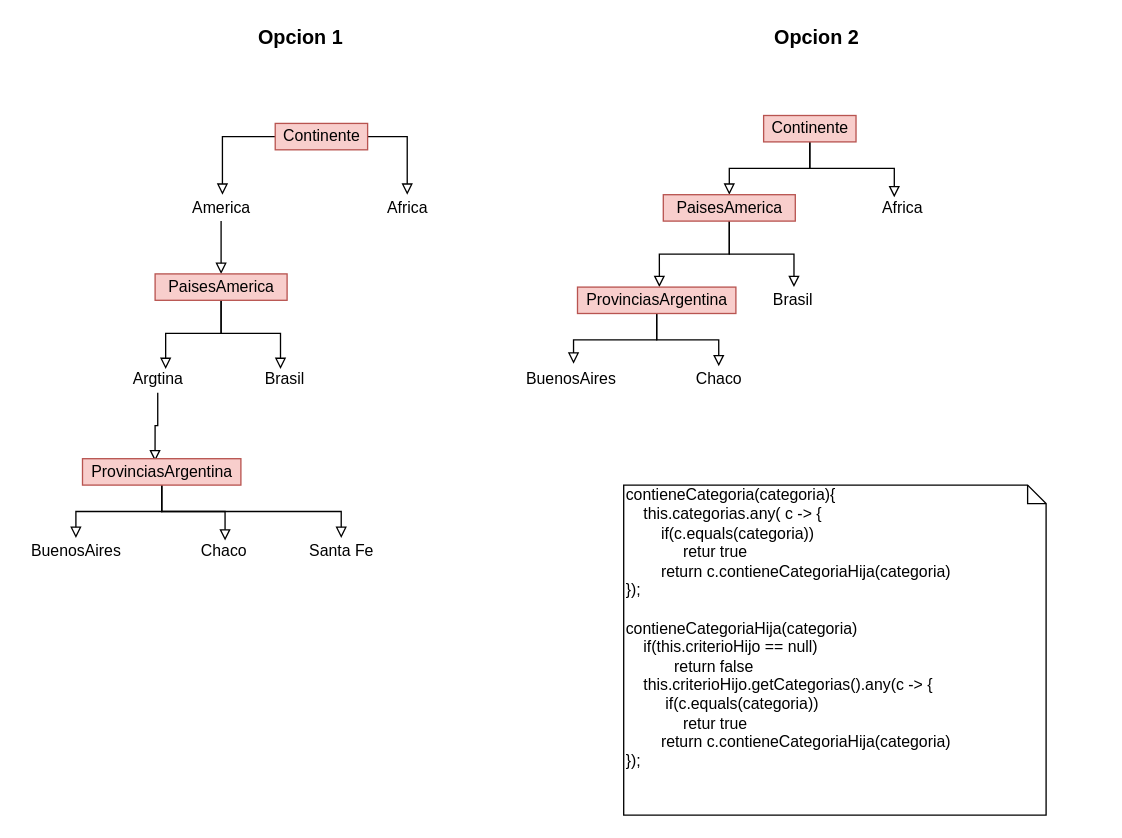
Above: page "Arbol Criterio Categorias" (2 of 2) of doc/Diagrama_de_Clases.drawio in caromuscari/DDS2020-Aprobado (draw.io), before the change. Source tidied: cells renumbered, new cells numbered last; positions are measured from the earlier drawing's top-left corner, leaving out a move shared by most shapes. Both pictures are drawn from the tidied source at 132%, with x=0, y=0 at pixel (22, 22).
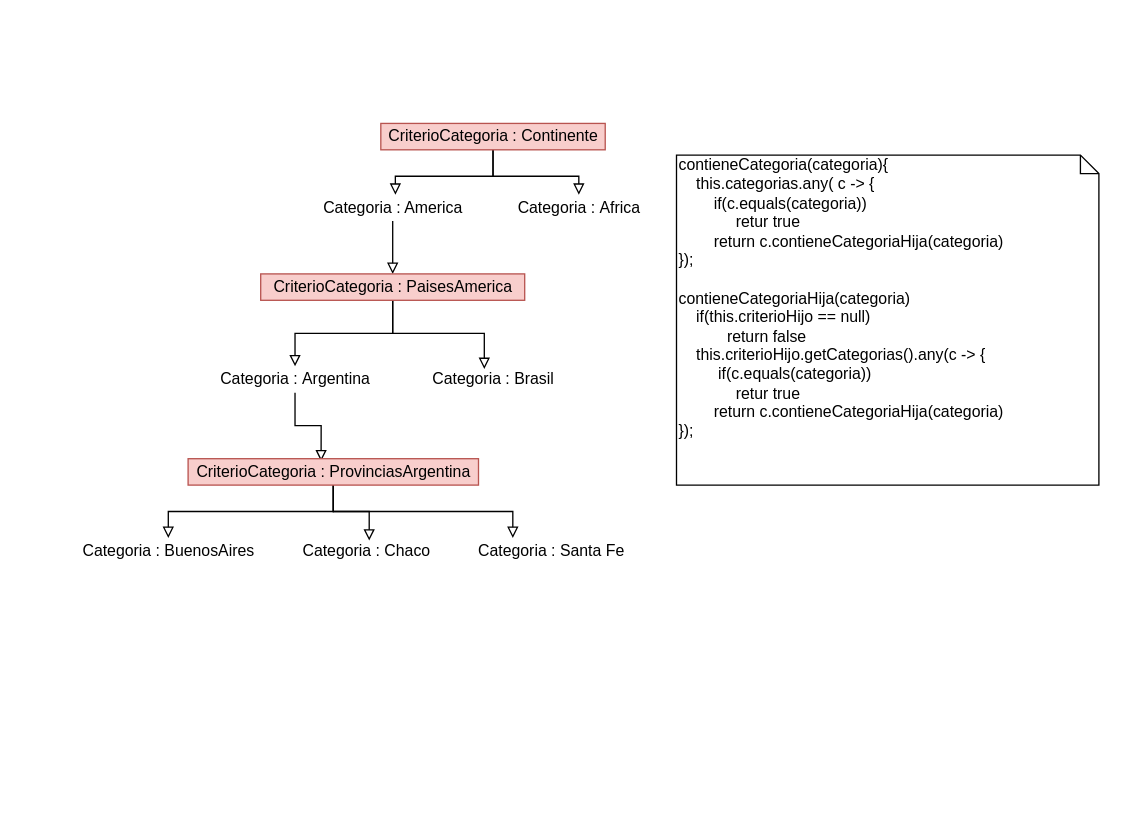
Above is the later version.

Change to the diagram source:
```diff
@@
-    <mxCell id="4" value="Continente" style="text;html=1;align=center;verticalAlign=middle;points=[];fillColor=#f8cecc;strokeColor=#b85450;" parent="1" vertex="1">
-      <mxGeometry x="191" y="76" width="70" height="20" as="geometry" />
+    <mxCell id="4" value="CriterioCategoria : Continente" style="text;html=1;align=center;verticalAlign=middle;points=[];fillColor=#f8cecc;strokeColor=#b85450;" parent="1" vertex="1">
+      <mxGeometry x="271" y="76" width="170" height="20" as="geometry" />
     </mxCell>
     <mxCell id="5" style="edgeStyle=orthogonalEdgeStyle;rounded=0;jettySize=auto;html=1;endArrow=block;endFill=0;fontSize=15;" parent="1" edge="1" source="6">
       <mxGeometry relative="1" as="geometry">
-        <mxPoint x="150" y="190" as="targetPoint" />
+        <mxPoint x="280" y="190" as="targetPoint" />
       </mxGeometry>
     </mxCell>
-    <mxCell id="6" value="America" style="text;html=1;align=center;verticalAlign=middle;points=[];" parent="1" vertex="1">
-      <mxGeometry x="120" y="130" width="60" height="20" as="geometry" />
+    <mxCell id="6" value="Categoria : America" style="text;html=1;align=center;verticalAlign=middle;points=[];" parent="1" vertex="1">
+      <mxGeometry x="220" y="130" width="120" height="20" as="geometry" />
     </mxCell>
-    <mxCell id="7" value="Africa" style="text;html=1;align=center;verticalAlign=middle;points=[];" parent="1" vertex="1">
-      <mxGeometry x="266" y="130" width="50" height="20" as="geometry" />
+    <mxCell id="7" value="Categoria :&amp;nbsp;Africa" style="text;html=1;align=center;verticalAlign=middle;points=[];" parent="1" vertex="1">
+      <mxGeometry x="366" y="130" width="110" height="20" as="geometry" />
     </mxCell>
-    <mxCell id="8" style="edgeStyle=orthogonalEdgeStyle;rounded=0;jettySize=auto;html=1;entryX=0.62;entryY=0.1;entryDx=0;entryDy=0;entryPerimeter=0;endArrow=block;endFill=0;fontSize=15;" parent="1" edge="1" source="10" target="12">
+    <mxCell id="8" style="edgeStyle=orthogonalEdgeStyle;rounded=0;jettySize=auto;html=1;endArrow=block;endFill=0;fontSize=15;" parent="1" edge="1" source="10" target="12">
       <mxGeometry relative="1" as="geometry" />
     </mxCell>
@@
-    <mxCell id="10" value="PaisesAmerica" style="text;html=1;align=center;verticalAlign=middle;points=[];fillColor=#f8cecc;strokeColor=#b85450;" parent="1" vertex="1">
-      <mxGeometry x="100" y="190" width="100" height="20" as="geometry" />
+    <mxCell id="10" value="CriterioCategoria :&amp;nbsp;PaisesAmerica" style="text;html=1;align=center;verticalAlign=middle;points=[];fillColor=#f8cecc;strokeColor=#b85450;" parent="1" vertex="1">
+      <mxGeometry x="180" y="190" width="200" height="20" as="geometry" />
     </mxCell>
@@
-    <mxCell id="12" value="Argtina" style="text;html=1;align=center;verticalAlign=middle;points=[];" parent="1" vertex="1">
-      <mxGeometry x="77" y="260" width="50" height="20" as="geometry" />
+    <mxCell id="12" value="Categoria :&amp;nbsp;Argentina" style="text;html=1;align=center;verticalAlign=middle;points=[];" parent="1" vertex="1">
+      <mxGeometry x="141" y="260" width="130" height="20" as="geometry" />
     </mxCell>
-    <mxCell id="13" value="Brasil" style="text;html=1;align=center;verticalAlign=middle;points=[];" parent="1" vertex="1">
-      <mxGeometry x="173" y="260" width="50" height="20" as="geometry" />
+    <mxCell id="13" value="Categoria :&amp;nbsp;Brasil" style="text;html=1;align=center;verticalAlign=middle;points=[];" parent="1" vertex="1">
+      <mxGeometry x="301" y="260" width="110" height="20" as="geometry" />
     </mxCell>
@@
     <mxCell id="16" style="edgeStyle=orthogonalEdgeStyle;rounded=0;jettySize=auto;html=1;endArrow=block;endFill=0;fontSize=15;" parent="1" edge="1" source="17" target="36">
       <mxGeometry relative="1" as="geometry">
         <Array as="points">
-          <mxPoint x="105" y="370" />
-          <mxPoint x="241" y="370" />
+          <mxPoint x="235" y="370" />
+          <mxPoint x="371" y="370" />
         </Array>
       </mxGeometry>
     </mxCell>
-    <mxCell id="17" value="ProvinciasArgentina" style="text;html=1;align=center;verticalAlign=middle;points=[];fillColor=#f8cecc;strokeColor=#b85450;" parent="1" vertex="1">
-      <mxGeometry x="45" y="330" width="120" height="20" as="geometry" />
+    <mxCell id="17" value="CriterioCategoria :&amp;nbsp;ProvinciasArgentina" style="text;html=1;align=center;verticalAlign=middle;points=[];fillColor=#f8cecc;strokeColor=#b85450;" parent="1" vertex="1">
+      <mxGeometry x="125" y="330" width="220" height="20" as="geometry" />
     </mxCell>
-    <mxCell id="18" value="BuenosAires" style="text;html=1;align=center;verticalAlign=middle;points=[];" parent="1" vertex="1">
-      <mxGeometry y="390" width="80" height="20" as="geometry" />
+    <mxCell id="18" value="Categoria :&amp;nbsp;BuenosAires" style="text;html=1;align=center;verticalAlign=middle;points=[];" parent="1" vertex="1">
+      <mxGeometry x="35" y="390" width="150" height="20" as="geometry" />
     </mxCell>
-    <mxCell id="19" value="Chaco" style="text;html=1;align=center;verticalAlign=middle;points=[];" parent="1" vertex="1">
-      <mxGeometry x="127" y="390" width="50" height="20" as="geometry" />
+    <mxCell id="19" value="Categoria :&amp;nbsp;Chaco" style="text;html=1;align=center;verticalAlign=middle;points=[];" parent="1" vertex="1">
+      <mxGeometry x="205" y="390" width="110" height="20" as="geometry" />
     </mxCell>
-    <mxCell id="20" style="edgeStyle=orthogonalEdgeStyle;rounded=0;jettySize=auto;html=1;endArrow=block;endFill=0;fontSize=15;" parent="1" edge="1" source="22" target="26">
-      <mxGeometry relative="1" as="geometry" />
-    </mxCell>
-    <mxCell id="21" style="edgeStyle=orthogonalEdgeStyle;rounded=0;jettySize=auto;html=1;entryX=0.38;entryY=0.1;entryDx=0;entryDy=0;entryPerimeter=0;endArrow=block;endFill=0;fontSize=15;" parent="1" edge="1" source="22" target="23">
-      <mxGeometry relative="1" as="geometry">
-        <Array as="points">
-          <mxPoint x="596" y="110" />
-          <mxPoint x="660" y="110" />
-        </Array>
-      </mxGeometry>
-    </mxCell>
-    <mxCell id="22" value="Continente" style="text;html=1;align=center;verticalAlign=middle;points=[];fillColor=#f8cecc;strokeColor=#b85450;" parent="1" vertex="1">
-      <mxGeometry x="561" y="70" width="70" height="20" as="geometry" />
-    </mxCell>
-    <mxCell id="23" value="Africa" style="text;html=1;align=center;verticalAlign=middle;points=[];" parent="1" vertex="1">
-      <mxGeometry x="641" y="130" width="50" height="20" as="geometry" />
-    </mxCell>
-    <mxCell id="24" style="edgeStyle=orthogonalEdgeStyle;rounded=0;jettySize=auto;html=1;entryX=0.517;entryY=0;entryDx=0;entryDy=0;entryPerimeter=0;endArrow=block;endFill=0;fontSize=15;" parent="1" edge="1" source="26" target="30">
-      <mxGeometry relative="1" as="geometry" />
-    </mxCell>
-    <mxCell id="25" style="edgeStyle=orthogonalEdgeStyle;rounded=0;jettySize=auto;html=1;entryX=0.52;entryY=0;entryDx=0;entryDy=0;entryPerimeter=0;endArrow=block;endFill=0;fontSize=15;" parent="1" edge="1" source="26" target="27">
-      <mxGeometry relative="1" as="geometry" />
-    </mxCell>
-    <mxCell id="26" value="PaisesAmerica" style="text;html=1;align=center;verticalAlign=middle;points=[];fillColor=#f8cecc;strokeColor=#b85450;" parent="1" vertex="1">
-      <mxGeometry x="485" y="130" width="100" height="20" as="geometry" />
-    </mxCell>
-    <mxCell id="27" value="Brasil" style="text;html=1;align=center;verticalAlign=middle;points=[];" parent="1" vertex="1">
-      <mxGeometry x="558" y="200" width="50" height="20" as="geometry" />
-    </mxCell>
-    <mxCell id="28" style="edgeStyle=orthogonalEdgeStyle;rounded=0;jettySize=auto;html=1;entryX=0.525;entryY=-0.1;entryDx=0;entryDy=0;entryPerimeter=0;endArrow=block;endFill=0;fontSize=15;" parent="1" edge="1" source="30" target="31">
-      <mxGeometry relative="1" as="geometry" />
-    </mxCell>
-    <mxCell id="29" style="edgeStyle=orthogonalEdgeStyle;rounded=0;jettySize=auto;html=1;endArrow=block;endFill=0;fontSize=15;" parent="1" edge="1" source="30" target="32">
-      <mxGeometry relative="1" as="geometry" />
-    </mxCell>
-    <mxCell id="30" value="ProvinciasArgentina" style="text;html=1;align=center;verticalAlign=middle;points=[];fillColor=#f8cecc;strokeColor=#b85450;" parent="1" vertex="1">
-      <mxGeometry x="420" y="200" width="120" height="20" as="geometry" />
-    </mxCell>
-    <mxCell id="31" value="BuenosAires" style="text;html=1;align=center;verticalAlign=middle;points=[];" parent="1" vertex="1">
-      <mxGeometry x="375" y="260" width="80" height="20" as="geometry" />
-    </mxCell>
-    <mxCell id="32" value="Chaco" style="text;html=1;align=center;verticalAlign=middle;points=[];" parent="1" vertex="1">
-      <mxGeometry x="502" y="260" width="50" height="20" as="geometry" />
-    </mxCell>
     <mxCell id="33" value="contieneCategoria(categoria){&lt;br&gt;&amp;nbsp; &amp;nbsp; this.categorias.any( c -&amp;gt; {&lt;br&gt;&amp;nbsp; &amp;nbsp; &amp;nbsp; &amp;nbsp; if(c.equals(categoria))&lt;br&gt;&amp;nbsp; &amp;nbsp; &amp;nbsp; &amp;nbsp; &amp;nbsp; &amp;nbsp; &amp;nbsp;retur true&lt;br&gt;&amp;nbsp; &amp;nbsp; &amp;nbsp; &amp;nbsp; return c.contieneCategoriaHija(categoria)&lt;br&gt;});&lt;br&gt;&lt;br&gt;contieneCategoriaHija(categoria)&lt;br&gt;&amp;nbsp; &amp;nbsp; if(this.criterioHijo == null)&lt;br&gt;&amp;nbsp; &amp;nbsp; &amp;nbsp; &amp;nbsp; &amp;nbsp; &amp;nbsp;return false&lt;br&gt;&amp;nbsp; &amp;nbsp; this.criterioHijo.getCategorias().any(c -&amp;gt; {&lt;br&gt;&amp;nbsp; &amp;nbsp; &amp;nbsp; &amp;nbsp; &amp;nbsp;if(c.equals(categoria))&lt;br&gt;&amp;nbsp; &amp;nbsp; &amp;nbsp; &amp;nbsp; &amp;nbsp; &amp;nbsp; &amp;nbsp;retur true&lt;br&gt;&amp;nbsp; &amp;nbsp; &amp;nbsp; &amp;nbsp; return c.contieneCategoriaHija(categoria)&lt;br&gt;});" style="shape=note;whiteSpace=wrap;html=1;size=14;verticalAlign=top;align=left;spacingTop=-6;" parent="1" vertex="1">
-      <mxGeometry x="455" y="350" width="320" height="250" as="geometry" />
+      <mxGeometry x="495" y="100" width="320" height="250" as="geometry" />
     </mxCell>
-    <mxCell id="34" value="Opcion 1" style="text;html=1;align=center;verticalAlign=middle;fontSize=15;fontStyle=1;" parent="1" vertex="1">
-      <mxGeometry x="170" width="80" height="20" as="geometry" />
-    </mxCell>
-    <mxCell id="35" value="Opcion 2" style="text;html=1;align=center;verticalAlign=middle;fontSize=15;fontStyle=1;" parent="1" vertex="1">
-      <mxGeometry x="561" width="80" height="20" as="geometry" />
-    </mxCell>
-    <mxCell id="36" value="Santa Fe" style="text;html=1;align=center;verticalAlign=middle;points=[];" parent="1" vertex="1">
-      <mxGeometry x="211" y="390" width="60" height="20" as="geometry" />
+    <mxCell id="36" value="Categoria :&amp;nbsp;Santa Fe" style="text;html=1;align=center;verticalAlign=middle;points=[];" parent="1" vertex="1">
+      <mxGeometry x="335" y="390" width="130" height="20" as="geometry" />
     </mxCell>
```
